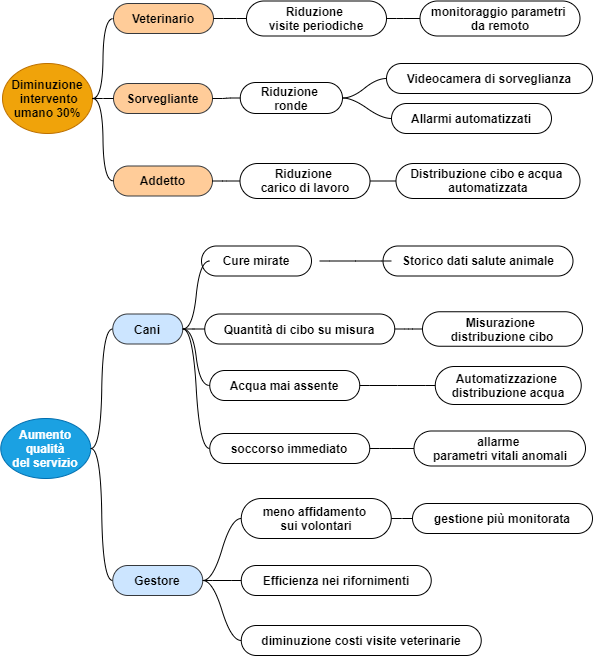
Before: DrawIo/impactMap.png, a diagram exported from draw.io (SmartDogHouse/Report). Source tidied: cells renumbered, new cells last; positions are measured from the earlier drawing's top-left corner, leaving out a move shared by most shapes.
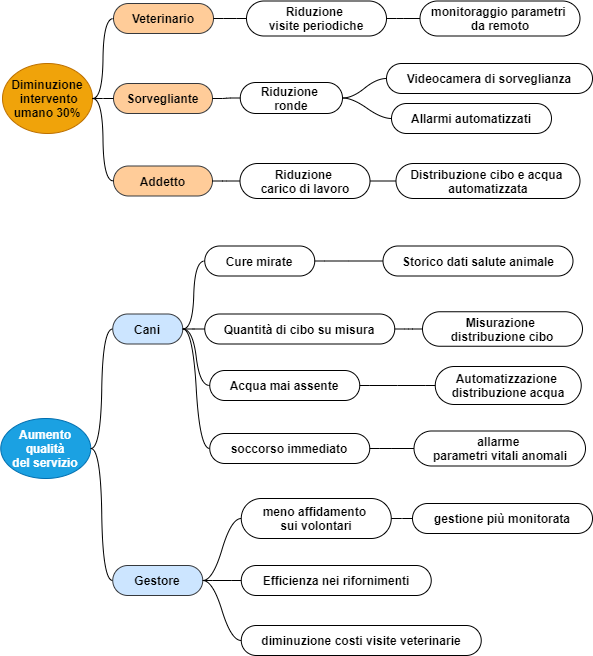
The same diagram one commit later.

The edit, as a diff of the source:
```diff
@@ -33,21 +33,16 @@
       <mxGeometry relative="1" as="geometry" />
     </mxCell>
     <mxCell id="12" value="Cure mirate" style="whiteSpace=wrap;html=1;rounded=1;arcSize=50;align=center;verticalAlign=middle;strokeWidth=1;spacing=4;newEdgeStyle={&quot;edgeStyle&quot;:&quot;entityRelationEdgeStyle&quot;,&quot;startArrow&quot;:&quot;none&quot;,&quot;endArrow&quot;:&quot;none&quot;,&quot;segment&quot;:10,&quot;curved&quot;:1};fontStyle=1;" parent="1" vertex="1">
-      <mxGeometry x="201" y="244.5" width="110" height="30" as="geometry" />
+      <mxGeometry x="204.2" y="244.5" width="110" height="30" as="geometry" />
     </mxCell>
-    <mxCell id="13" style="edgeStyle=entityRelationEdgeStyle;startArrow=none;endArrow=none;segment=10;curved=1;exitX=1;exitY=0.5;exitDx=0;exitDy=0;fontStyle=1;" parent="1" edge="1" source="23">
-      <mxGeometry relative="1" as="geometry">
-        <mxPoint x="209.2" y="259.5" as="targetPoint" />
-      </mxGeometry>
+    <mxCell id="13" style="edgeStyle=entityRelationEdgeStyle;startArrow=none;endArrow=none;segment=10;curved=1;exitX=1;exitY=0.5;exitDx=0;exitDy=0;fontStyle=1;" parent="1" edge="1" source="23" target="12">
+      <mxGeometry relative="1" as="geometry" />
     </mxCell>
     <mxCell id="14" value="Storico dati salute animale" style="whiteSpace=wrap;html=1;rounded=1;arcSize=50;align=center;verticalAlign=middle;strokeWidth=1;spacing=4;newEdgeStyle={&quot;edgeStyle&quot;:&quot;entityRelationEdgeStyle&quot;,&quot;startArrow&quot;:&quot;none&quot;,&quot;endArrow&quot;:&quot;none&quot;,&quot;segment&quot;:10,&quot;curved&quot;:1};fontStyle=1;" parent="1" vertex="1">
       <mxGeometry x="382.5" y="244.5" width="190" height="30" as="geometry" />
     </mxCell>
-    <mxCell id="15" style="edgeStyle=entityRelationEdgeStyle;startArrow=none;endArrow=none;segment=10;curved=1;exitX=1;exitY=0.5;exitDx=0;exitDy=0;entryX=0;entryY=0.5;entryDx=0;entryDy=0;fontStyle=1;" parent="1" edge="1">
-      <mxGeometry relative="1" as="geometry">
-        <mxPoint x="319.2" y="259.5" as="sourcePoint" />
-        <mxPoint x="390.8" y="259.5" as="targetPoint" />
-      </mxGeometry>
+    <mxCell id="15" style="edgeStyle=entityRelationEdgeStyle;startArrow=none;endArrow=none;segment=10;curved=1;fontStyle=1;" parent="1" edge="1" source="12" target="14">
+      <mxGeometry relative="1" as="geometry" />
     </mxCell>
     <mxCell id="16" value="Riduzione &lt;br&gt;ronde" style="whiteSpace=wrap;html=1;rounded=1;arcSize=50;align=center;verticalAlign=middle;strokeWidth=1;spacing=4;newEdgeStyle={&quot;edgeStyle&quot;:&quot;entityRelationEdgeStyle&quot;,&quot;startArrow&quot;:&quot;none&quot;,&quot;endArrow&quot;:&quot;none&quot;,&quot;segment&quot;:10,&quot;curved&quot;:1};fontStyle=1;" parent="1" vertex="1">
       <mxGeometry x="239.8" y="81" width="102.2" height="31" as="geometry" />
```
